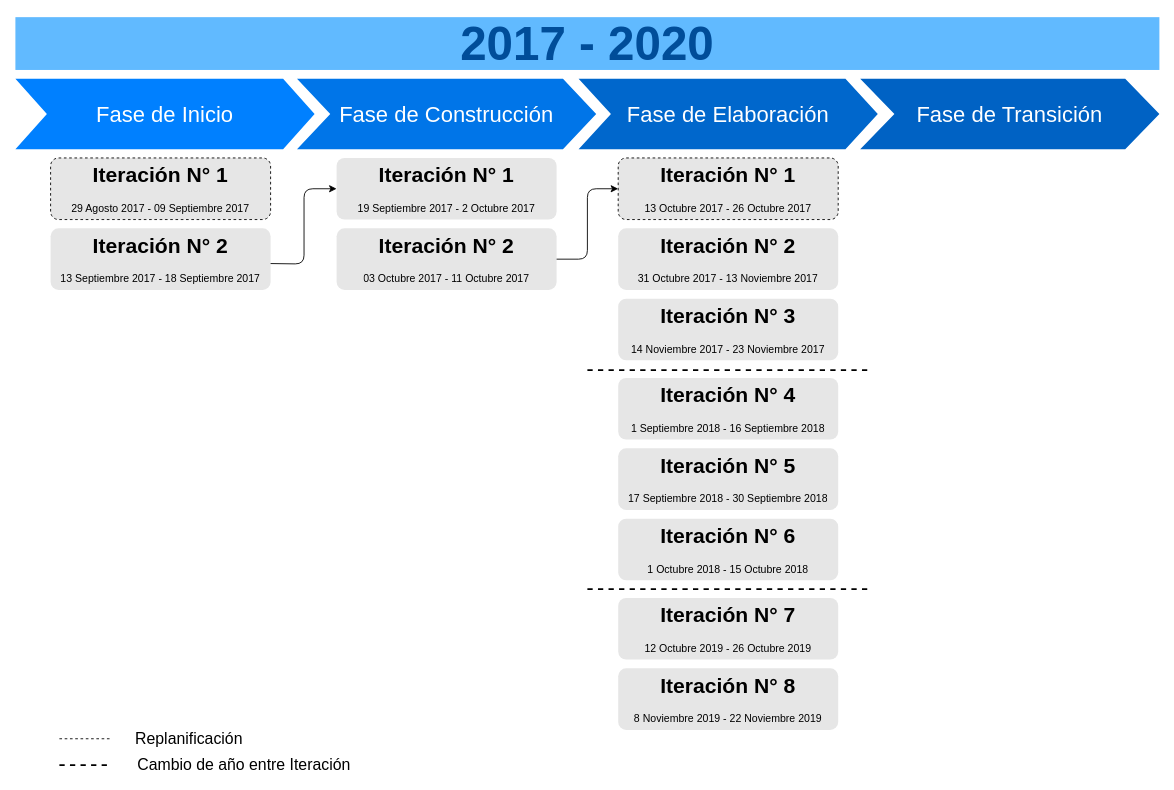
This is page "Page-1" (1 of 4) of 01. Gestión del proyecto/05. Imagenes/04. Proyectos/Iteraciones.drawio from grupoyenu/yenu, a draw.io file, before an edit. Source tidied: cells renumbered, new cells numbered last; positions are measured from the earlier drawing's top-left corner, leaving out a move shared by most shapes. Both pictures are drawn from the tidied source at 88%, with x=0, y=0 at pixel (15, 17).
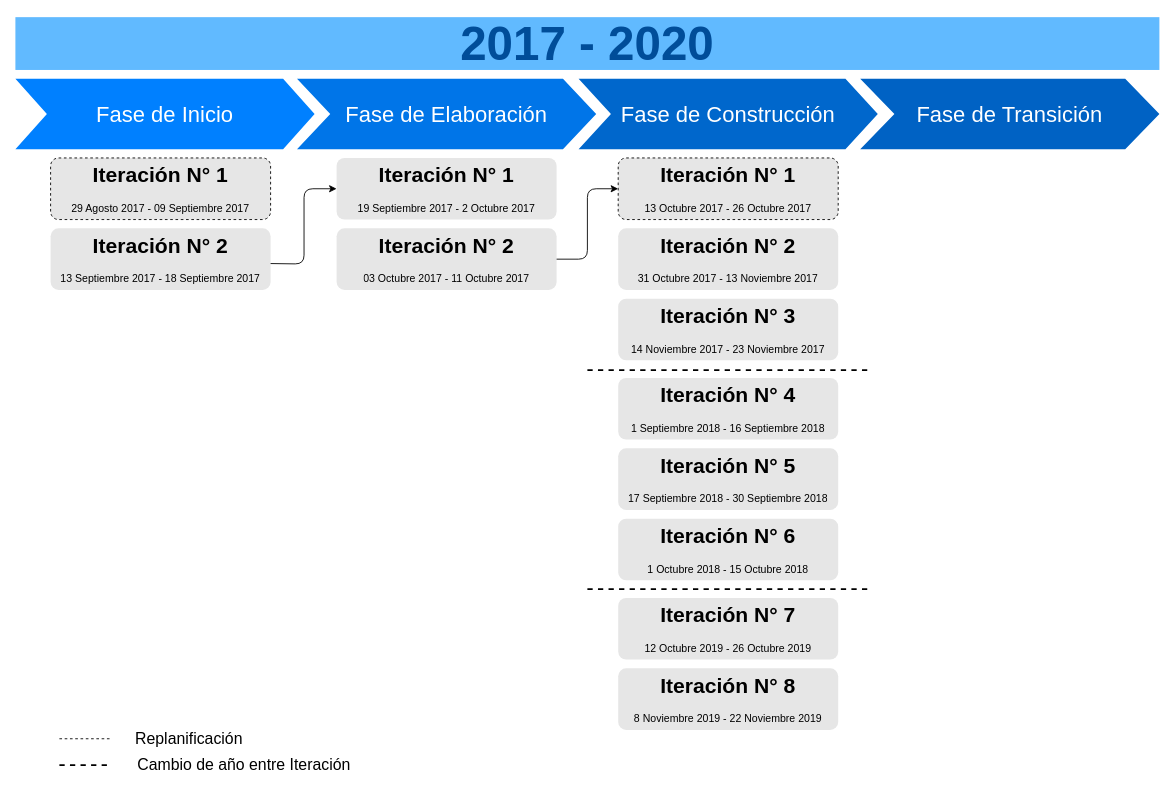
The same diagram, later.

Diff of the diagram source:
```diff
@@
-    <mxCell id="3" value="Fase de Construcción" style="shape=step;whiteSpace=wrap;html=1;fontSize=25;fillColor=#0075E8;fontColor=#FFFFFF;strokeColor=none;size=0.1111111111111111;" parent="1" vertex="1">
+    <mxCell id="3" value="Fase de Elaboración" style="shape=step;whiteSpace=wrap;html=1;fontSize=25;fillColor=#0075E8;fontColor=#FFFFFF;strokeColor=none;size=0.1111111111111111;" parent="1" vertex="1">
       <mxGeometry x="320" y="70" width="340" height="80" as="geometry" />
     </mxCell>
@@
-    <mxCell id="9" value="Fase de Elaboración" style="shape=step;whiteSpace=wrap;html=1;fontSize=25;fillColor=#0067CC;fontColor=#FFFFFF;strokeColor=none;size=0.10810810810810811;" parent="1" vertex="1">
+    <mxCell id="9" value="Fase de Construcción" style="shape=step;whiteSpace=wrap;html=1;fontSize=25;fillColor=#0067CC;fontColor=#FFFFFF;strokeColor=none;size=0.10810810810810811;" parent="1" vertex="1">
       <mxGeometry x="640" y="70" width="340" height="80" as="geometry" />
     </mxCell>
```
